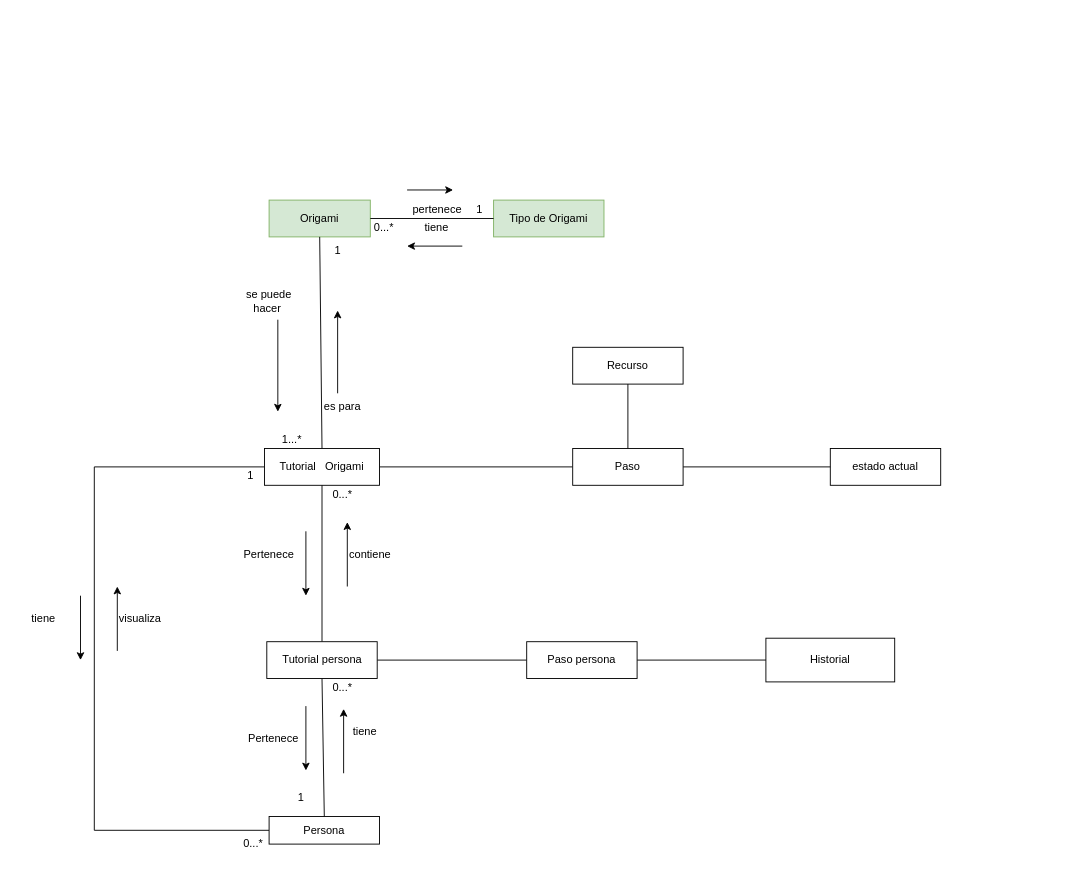
andrescastillo1996/documentacionMundoOrigami keeps this draw.io diagram as ModeloDeDominio3D.drawio. Above is the earlier version. Source tidied: cells renumbered, new cells numbered last; positions are measured from the earlier drawing's top-left corner, leaving out a move shared by most shapes. Both pictures are drawn from the tidied source at 92%, with x=0, y=0 at pixel (16, 190).
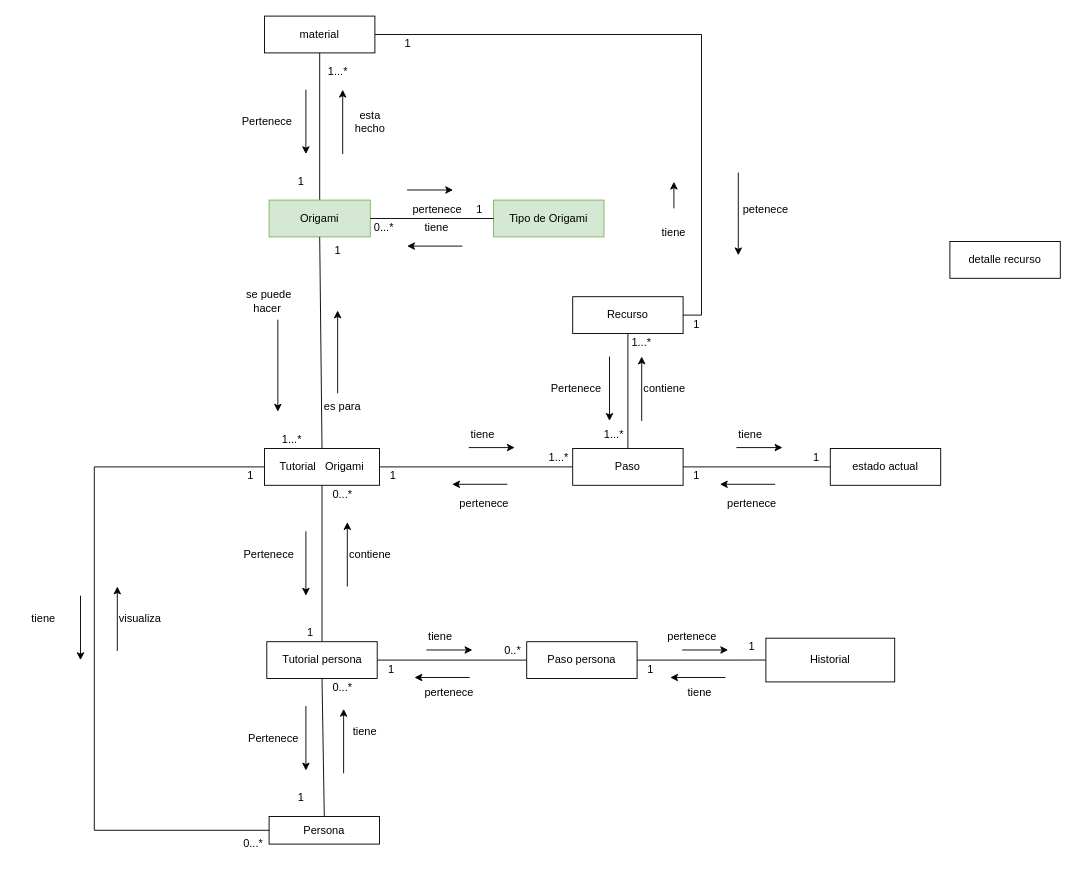
Above is the later version.

The change refers to these unchanged cells:
```xml
<mxCell id="3" value="Origami" style="rounded=0;whiteSpace=wrap;html=1;fillColor=#d5e8d4;strokeColor=#82b366;" parent="1" vertex="1">
  <mxGeometry x="275" y="11" width="110" height="40" as="geometry" />
</mxCell>
```

Change to the diagram source:
```diff
@@
+    <mxCell id="51" style="edgeStyle=orthogonalEdgeStyle;rounded=0;jettySize=auto;html=1;exitX=0.5;exitY=0;exitDx=0;exitDy=0;entryX=0.5;entryY=1;entryDx=0;entryDy=0;endArrow=none;endFill=0;" parent="1" edge="1" source="3" target="53">
+      <mxGeometry relative="1" as="geometry" />
+    </mxCell>
@@
     <mxCell id="30" value="Recurso" style="rounded=0;whiteSpace=wrap;html=1;" parent="1" vertex="1">
-      <mxGeometry x="605" y="171" width="120" height="40" as="geometry" />
+      <mxGeometry x="605" y="116" width="120" height="40" as="geometry" />
     </mxCell>
@@
+    <mxCell id="52" style="edgeStyle=orthogonalEdgeStyle;rounded=0;jettySize=auto;html=1;exitX=1;exitY=0.5;exitDx=0;exitDy=0;entryX=1;entryY=0.5;entryDx=0;entryDy=0;endArrow=none;endFill=0;" parent="1" edge="1" source="53" target="30">
+      <mxGeometry relative="1" as="geometry" />
+    </mxCell>
+    <mxCell id="53" value="material" style="rounded=0;whiteSpace=wrap;html=1;" parent="1" vertex="1">
+      <mxGeometry x="270" y="-189" width="120" height="40" as="geometry" />
+    </mxCell>
+    <mxCell id="54" style="endArrow=classic;html=1;rounded=0;" parent="1" edge="1">
+      <mxGeometry relative="1" as="geometry">
+        <mxPoint x="355" y="-39" as="sourcePoint" />
+        <mxPoint x="355" y="-109" as="targetPoint" />
+      </mxGeometry>
+    </mxCell>
+    <mxCell id="55" value="esta hecho" style="text;html=1;strokeColor=none;fillColor=none;align=center;verticalAlign=middle;whiteSpace=wrap;rounded=0;" parent="1" vertex="1">
+      <mxGeometry x="355" y="-89" width="60" height="30" as="geometry" />
+    </mxCell>
+    <mxCell id="56" value="Pertenece" style="text;html=1;strokeColor=none;fillColor=none;align=center;verticalAlign=middle;whiteSpace=wrap;rounded=0;" parent="1" vertex="1">
+      <mxGeometry x="242.5" y="-89" width="60" height="30" as="geometry" />
+    </mxCell>
+    <mxCell id="57" style="endArrow=classic;html=1;rounded=0;" parent="1" edge="1">
+      <mxGeometry relative="1" as="geometry">
+        <mxPoint x="315" y="-109" as="sourcePoint" />
+        <mxPoint x="315" y="-39" as="targetPoint" />
+      </mxGeometry>
+    </mxCell>
+    <mxCell id="58" value="1...*" style="text;html=1;strokeColor=none;fillColor=none;align=center;verticalAlign=middle;whiteSpace=wrap;rounded=0;" parent="1" vertex="1">
+      <mxGeometry x="335" y="-139" width="30" height="20" as="geometry" />
+    </mxCell>
+    <mxCell id="59" value="1" style="text;html=1;strokeColor=none;fillColor=none;align=center;verticalAlign=middle;whiteSpace=wrap;rounded=0;" parent="1" vertex="1">
+      <mxGeometry x="295" y="-19" width="30" height="20" as="geometry" />
+    </mxCell>
+    <mxCell id="60" style="endArrow=classic;html=1;rounded=0;" parent="1" edge="1">
+      <mxGeometry relative="1" as="geometry">
+        <mxPoint x="715" y="20" as="sourcePoint" />
+        <mxPoint x="715" y="-9" as="targetPoint" />
+      </mxGeometry>
+    </mxCell>
+    <mxCell id="61" style="endArrow=classic;html=1;rounded=0;" parent="1" edge="1">
+      <mxGeometry relative="1" as="geometry">
+        <mxPoint x="785" y="-19" as="sourcePoint" />
+        <mxPoint x="785" y="71" as="targetPoint" />
+      </mxGeometry>
+    </mxCell>
+    <mxCell id="62" value="petenece" style="text;html=1;strokeColor=none;fillColor=none;align=center;verticalAlign=middle;whiteSpace=wrap;rounded=0;" parent="1" vertex="1">
+      <mxGeometry x="785" y="6" width="60" height="30" as="geometry" />
+    </mxCell>
+    <mxCell id="63" value="tiene" style="text;html=1;strokeColor=none;fillColor=none;align=center;verticalAlign=middle;whiteSpace=wrap;rounded=0;" parent="1" vertex="1">
+      <mxGeometry x="685" y="36" width="60" height="20" as="geometry" />
+    </mxCell>
+    <mxCell id="64" value="1" style="text;html=1;strokeColor=none;fillColor=none;align=center;verticalAlign=middle;whiteSpace=wrap;rounded=0;" parent="1" vertex="1">
+      <mxGeometry x="725" y="136" width="30" height="20" as="geometry" />
+    </mxCell>
+    <mxCell id="65" value="1" style="text;html=1;strokeColor=none;fillColor=none;align=center;verticalAlign=middle;whiteSpace=wrap;rounded=0;" parent="1" vertex="1">
+      <mxGeometry x="411" y="-169" width="30" height="20" as="geometry" />
+    </mxCell>
+    <mxCell id="66" value="detalle recurso" style="rounded=0;whiteSpace=wrap;html=1;" parent="1" vertex="1">
+      <mxGeometry x="1015" y="56" width="120" height="40" as="geometry" />
+    </mxCell>
+    <mxCell id="67" style="endArrow=classic;html=1;rounded=0;" parent="1" edge="1">
+      <mxGeometry relative="1" as="geometry">
+        <mxPoint x="492" y="280" as="sourcePoint" />
+        <mxPoint x="542" y="280" as="targetPoint" />
+      </mxGeometry>
+    </mxCell>
+    <mxCell id="68" style="endArrow=classic;html=1;rounded=0;" parent="1" edge="1">
+      <mxGeometry relative="1" as="geometry">
+        <mxPoint x="534" y="319.9" as="sourcePoint" />
+        <mxPoint x="474" y="319.9" as="targetPoint" />
+      </mxGeometry>
+    </mxCell>
+    <mxCell id="69" value="tiene&amp;nbsp;" style="text;html=1;strokeColor=none;fillColor=none;align=center;verticalAlign=middle;whiteSpace=wrap;rounded=0;" parent="1" vertex="1">
+      <mxGeometry x="479" y="251" width="60" height="30" as="geometry" />
+    </mxCell>
+    <mxCell id="70" value="pertenece" style="text;html=1;strokeColor=none;fillColor=none;align=center;verticalAlign=middle;whiteSpace=wrap;rounded=0;" parent="1" vertex="1">
+      <mxGeometry x="479" y="331" width="60" height="20" as="geometry" />
+    </mxCell>
+    <mxCell id="71" style="endArrow=classic;html=1;rounded=0;" parent="1" edge="1">
+      <mxGeometry relative="1" as="geometry">
+        <mxPoint x="783" y="280" as="sourcePoint" />
+        <mxPoint x="833" y="280" as="targetPoint" />
+      </mxGeometry>
+    </mxCell>
+    <mxCell id="72" style="endArrow=classic;html=1;rounded=0;" parent="1" edge="1">
+      <mxGeometry relative="1" as="geometry">
+        <mxPoint x="825" y="319.9" as="sourcePoint" />
+        <mxPoint x="765" y="319.9" as="targetPoint" />
+      </mxGeometry>
+    </mxCell>
+    <mxCell id="73" value="tiene&amp;nbsp;" style="text;html=1;strokeColor=none;fillColor=none;align=center;verticalAlign=middle;whiteSpace=wrap;rounded=0;" parent="1" vertex="1">
+      <mxGeometry x="770" y="251" width="60" height="30" as="geometry" />
+    </mxCell>
+    <mxCell id="74" value="pertenece" style="text;html=1;strokeColor=none;fillColor=none;align=center;verticalAlign=middle;whiteSpace=wrap;rounded=0;" parent="1" vertex="1">
+      <mxGeometry x="770" y="331" width="60" height="20" as="geometry" />
+    </mxCell>
+    <mxCell id="75" value="1" style="text;html=1;strokeColor=none;fillColor=none;align=center;verticalAlign=middle;whiteSpace=wrap;rounded=0;" parent="1" vertex="1">
+      <mxGeometry x="855" y="281" width="30" height="20" as="geometry" />
+    </mxCell>
+    <mxCell id="76" value="1...*" style="text;html=1;strokeColor=none;fillColor=none;align=center;verticalAlign=middle;whiteSpace=wrap;rounded=0;" parent="1" vertex="1">
+      <mxGeometry x="575" y="281" width="30" height="20" as="geometry" />
+    </mxCell>
+    <mxCell id="77" value="1" style="text;html=1;strokeColor=none;fillColor=none;align=center;verticalAlign=middle;whiteSpace=wrap;rounded=0;" parent="1" vertex="1">
+      <mxGeometry x="725" y="301" width="30" height="20" as="geometry" />
+    </mxCell>
+    <mxCell id="78" value="1" style="text;html=1;strokeColor=none;fillColor=none;align=center;verticalAlign=middle;whiteSpace=wrap;rounded=0;" parent="1" vertex="1">
+      <mxGeometry x="395" y="301" width="30" height="20" as="geometry" />
+    </mxCell>
+    <mxCell id="79" style="endArrow=classic;html=1;rounded=0;" parent="1" edge="1">
+      <mxGeometry relative="1" as="geometry">
+        <mxPoint x="680" y="251" as="sourcePoint" />
+        <mxPoint x="680" y="181" as="targetPoint" />
+      </mxGeometry>
+    </mxCell>
+    <mxCell id="80" value="contiene" style="text;html=1;strokeColor=none;fillColor=none;align=center;verticalAlign=middle;whiteSpace=wrap;rounded=0;" parent="1" vertex="1">
+      <mxGeometry x="675" y="201" width="60" height="30" as="geometry" />
+    </mxCell>
+    <mxCell id="81" value="Pertenece" style="text;html=1;strokeColor=none;fillColor=none;align=center;verticalAlign=middle;whiteSpace=wrap;rounded=0;" parent="1" vertex="1">
+      <mxGeometry x="579" y="201" width="60" height="30" as="geometry" />
+    </mxCell>
+    <mxCell id="82" style="endArrow=classic;html=1;rounded=0;" parent="1" edge="1">
+      <mxGeometry relative="1" as="geometry">
+        <mxPoint x="645" y="181" as="sourcePoint" />
+        <mxPoint x="645" y="251" as="targetPoint" />
+      </mxGeometry>
+    </mxCell>
+    <mxCell id="83" value="1...*" style="text;html=1;strokeColor=none;fillColor=none;align=center;verticalAlign=middle;whiteSpace=wrap;rounded=0;" parent="1" vertex="1">
+      <mxGeometry x="665" y="156" width="30" height="20" as="geometry" />
+    </mxCell>
+    <mxCell id="84" value="1...*" style="text;html=1;strokeColor=none;fillColor=none;align=center;verticalAlign=middle;whiteSpace=wrap;rounded=0;" parent="1" vertex="1">
+      <mxGeometry x="635" y="256" width="30" height="20" as="geometry" />
+    </mxCell>
+    <mxCell id="85" value="1" style="text;html=1;strokeColor=none;fillColor=none;align=center;verticalAlign=middle;whiteSpace=wrap;rounded=0;" parent="1" vertex="1">
+      <mxGeometry x="305" y="471" width="30" height="20" as="geometry" />
+    </mxCell>
+    <mxCell id="86" style="endArrow=classic;html=1;rounded=0;" parent="1" edge="1">
+      <mxGeometry relative="1" as="geometry">
+        <mxPoint x="446" y="500" as="sourcePoint" />
+        <mxPoint x="496" y="500" as="targetPoint" />
+      </mxGeometry>
+    </mxCell>
+    <mxCell id="87" style="endArrow=classic;html=1;rounded=0;" parent="1" edge="1">
+      <mxGeometry relative="1" as="geometry">
+        <mxPoint x="493" y="529.9" as="sourcePoint" />
+        <mxPoint x="433" y="529.9" as="targetPoint" />
+      </mxGeometry>
+    </mxCell>
+    <mxCell id="88" value="tiene&amp;nbsp;" style="text;html=1;strokeColor=none;fillColor=none;align=center;verticalAlign=middle;whiteSpace=wrap;rounded=0;" parent="1" vertex="1">
+      <mxGeometry x="433" y="471" width="60" height="30" as="geometry" />
+    </mxCell>
+    <mxCell id="89" value="pertenece" style="text;html=1;strokeColor=none;fillColor=none;align=center;verticalAlign=middle;whiteSpace=wrap;rounded=0;" parent="1" vertex="1">
+      <mxGeometry x="441" y="536" width="60" height="20" as="geometry" />
+    </mxCell>
+    <mxCell id="90" style="endArrow=classic;html=1;rounded=0;" parent="1" edge="1">
+      <mxGeometry relative="1" as="geometry">
+        <mxPoint x="724" y="500" as="sourcePoint" />
+        <mxPoint x="774" y="500" as="targetPoint" />
+      </mxGeometry>
+    </mxCell>
+    <mxCell id="91" style="endArrow=classic;html=1;rounded=0;" parent="1" edge="1">
+      <mxGeometry relative="1" as="geometry">
+        <mxPoint x="771" y="529.9" as="sourcePoint" />
+        <mxPoint x="711" y="529.9" as="targetPoint" />
+      </mxGeometry>
+    </mxCell>
+    <mxCell id="92" value="tiene&amp;nbsp;" style="text;html=1;strokeColor=none;fillColor=none;align=center;verticalAlign=middle;whiteSpace=wrap;rounded=0;" parent="1" vertex="1">
+      <mxGeometry x="715" y="531" width="60" height="30" as="geometry" />
+    </mxCell>
+    <mxCell id="93" value="pertenece" style="text;html=1;strokeColor=none;fillColor=none;align=center;verticalAlign=middle;whiteSpace=wrap;rounded=0;" parent="1" vertex="1">
+      <mxGeometry x="705" y="476" width="60" height="20" as="geometry" />
+    </mxCell>
+    <mxCell id="94" value="0..*" style="text;html=1;strokeColor=none;fillColor=none;align=center;verticalAlign=middle;whiteSpace=wrap;rounded=0;" parent="1" vertex="1">
+      <mxGeometry x="525" y="491" width="30" height="20" as="geometry" />
+    </mxCell>
+    <mxCell id="95" value="1" style="text;html=1;strokeColor=none;fillColor=none;align=center;verticalAlign=middle;whiteSpace=wrap;rounded=0;" parent="1" vertex="1">
+      <mxGeometry x="392.5" y="511" width="30" height="20" as="geometry" />
+    </mxCell>
+    <mxCell id="96" value="1" style="text;html=1;strokeColor=none;fillColor=none;align=center;verticalAlign=middle;whiteSpace=wrap;rounded=0;" parent="1" vertex="1">
+      <mxGeometry x="785" y="487.2" width="30" height="20" as="geometry" />
+    </mxCell>
+    <mxCell id="97" value="1" style="text;html=1;strokeColor=none;fillColor=none;align=center;verticalAlign=middle;whiteSpace=wrap;rounded=0;" parent="1" vertex="1">
+      <mxGeometry x="675" y="511" width="30" height="20" as="geometry" />
+    </mxCell>
```
